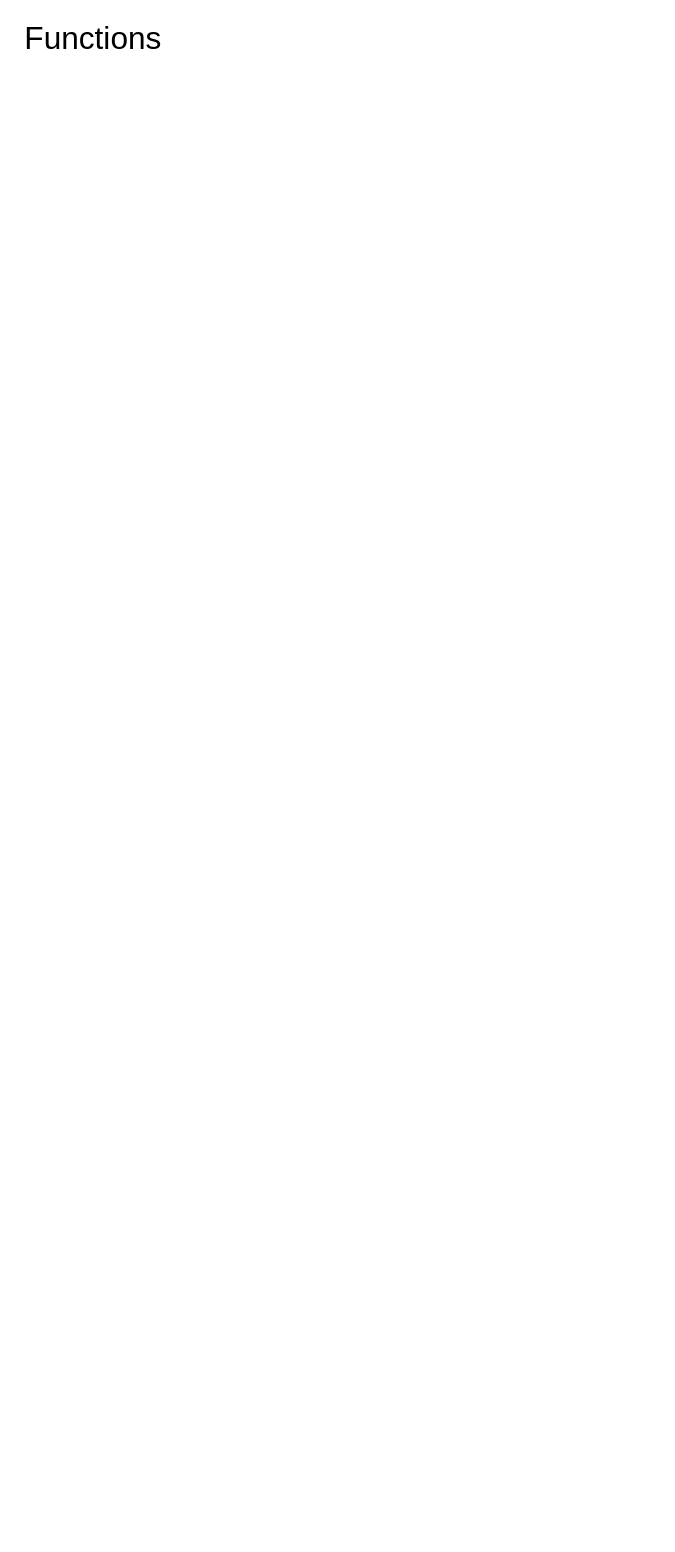
LucasCDA90/AceScape-Back keeps this draw.io diagram as Documentation/AceScape Back-Functions.drawio. Above is the earlier version. Source tidied: cells renumbered, new cells numbered last; positions are measured from the earlier drawing's top-left corner, leaving out a move shared by most shapes. Both pictures are drawn from the tidied source at 79%, with x=0, y=0 at pixel (13, 13).
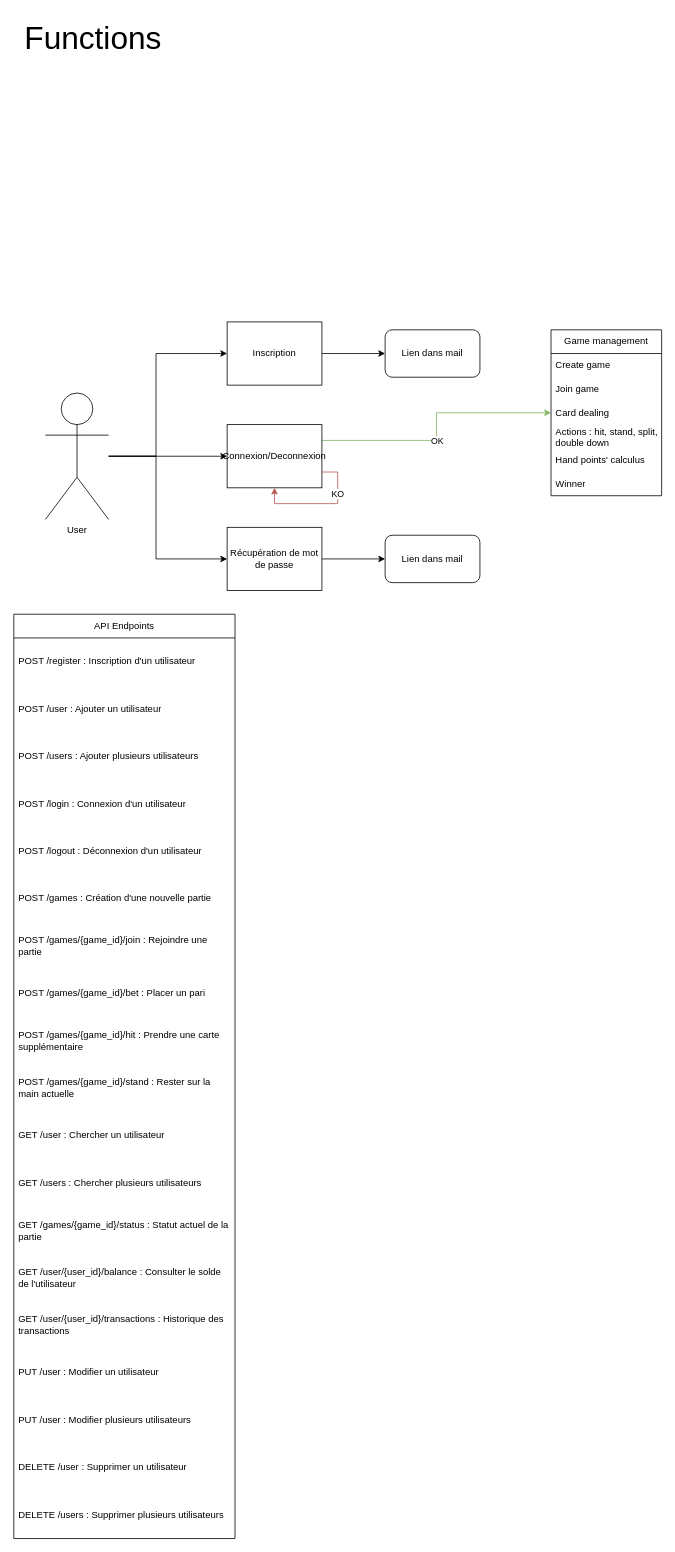
After the change.

Commit message:
Endpoints - list

Diff of the diagram source:
```diff
@@
+    <mxCell id="3" style="edgeStyle=orthogonalEdgeStyle;rounded=0;jettySize=auto;html=1;" parent="1" edge="1" source="6" target="11">
+      <mxGeometry relative="1" as="geometry" />
+    </mxCell>
+    <mxCell id="4" style="edgeStyle=orthogonalEdgeStyle;rounded=0;jettySize=auto;html=1;" parent="1" edge="1" source="6" target="13">
+      <mxGeometry relative="1" as="geometry">
+        <Array as="points">
+          <mxPoint x="180" y="560" />
+          <mxPoint x="180" y="430" />
+        </Array>
+      </mxGeometry>
+    </mxCell>
+    <mxCell id="5" style="edgeStyle=orthogonalEdgeStyle;rounded=0;jettySize=auto;html=1;" parent="1" edge="1" source="6" target="8">
+      <mxGeometry relative="1" as="geometry">
+        <Array as="points">
+          <mxPoint x="180" y="560" />
+          <mxPoint x="180" y="690" />
+        </Array>
+      </mxGeometry>
+    </mxCell>
+    <mxCell id="6" value="User" style="shape=umlActor;verticalLabelPosition=bottom;verticalAlign=top;html=1;outlineConnect=0;" parent="1" vertex="1">
+      <mxGeometry x="40" y="480" width="80" height="160" as="geometry" />
+    </mxCell>
+    <mxCell id="7" style="edgeStyle=orthogonalEdgeStyle;rounded=0;jettySize=auto;html=1;" parent="1" edge="1" source="8" target="15">
+      <mxGeometry relative="1" as="geometry" />
+    </mxCell>
+    <mxCell id="8" value="Récupération de mot de passe" style="rounded=0;whiteSpace=wrap;html=1;imageWidth=24;" parent="1" vertex="1">
+      <mxGeometry x="270" y="650" width="120" height="80" as="geometry" />
+    </mxCell>
+    <mxCell id="9" style="edgeStyle=orthogonalEdgeStyle;rounded=0;jettySize=auto;html=1;exitX=1;exitY=0.25;exitDx=0;exitDy=0;fillColor=#d5e8d4;strokeColor=#82b366;" parent="1" edge="1" source="11" target="18">
+      <mxGeometry relative="1" as="geometry" />
+    </mxCell>
+    <mxCell id="10" value="OK" style="edgeLabel;html=1;align=center;verticalAlign=middle;" parent="9" vertex="1">
+      <mxGeometry x="-0.11" relative="1" as="geometry" />
+    </mxCell>
+    <mxCell id="11" value="Connexion/Deconnexion" style="rounded=0;whiteSpace=wrap;html=1;imageWidth=24;" parent="1" vertex="1">
+      <mxGeometry x="270" y="520" width="120" height="80" as="geometry" />
+    </mxCell>
+    <mxCell id="12" style="edgeStyle=orthogonalEdgeStyle;rounded=0;jettySize=auto;html=1;" parent="1" edge="1" source="13" target="14">
+      <mxGeometry relative="1" as="geometry" />
+    </mxCell>
+    <mxCell id="13" value="Inscription" style="rounded=0;whiteSpace=wrap;html=1;imageWidth=24;" parent="1" vertex="1">
+      <mxGeometry x="270" y="390" width="120" height="80" as="geometry" />
+    </mxCell>
+    <mxCell id="14" value="Lien dans mail" style="rounded=1;whiteSpace=wrap;html=1;" parent="1" vertex="1">
+      <mxGeometry x="470" y="400" width="120" height="60" as="geometry" />
+    </mxCell>
+    <mxCell id="15" value="Lien dans mail" style="rounded=1;whiteSpace=wrap;html=1;" parent="1" vertex="1">
+      <mxGeometry x="470" y="660" width="120" height="60" as="geometry" />
+    </mxCell>
+    <mxCell id="16" style="edgeStyle=orthogonalEdgeStyle;rounded=0;orthogonalLoop=1;jettySize=auto;html=1;exitX=1;exitY=0.75;exitDx=0;exitDy=0;fillColor=#f8cecc;strokeColor=#b85450;" parent="1" edge="1" source="11" target="11">
+      <mxGeometry relative="1" as="geometry" />
+    </mxCell>
+    <mxCell id="17" value="KO" style="edgeLabel;html=1;align=center;verticalAlign=middle;" parent="16" vertex="1">
+      <mxGeometry x="-0.41" y="-1" relative="1" as="geometry" />
+    </mxCell>
+    <mxCell id="18" value="Game management" style="swimlane;fontStyle=0;horizontal=1;startSize=30;whiteSpace=wrap;html=1;" parent="1" vertex="1">
+      <mxGeometry x="680" y="400" width="140" height="210" as="geometry" />
+    </mxCell>
+    <mxCell id="19" value="Create game" style="text;strokeColor=none;fillColor=none;align=left;verticalAlign=middle;spacingLeft=4;spacingRight=4;overflow=hidden;whiteSpace=wrap;html=1;" parent="18" vertex="1">
+      <mxGeometry y="30" width="140" height="30" as="geometry" />
+    </mxCell>
+    <mxCell id="20" value="Join game" style="text;strokeColor=none;fillColor=none;align=left;verticalAlign=middle;spacingLeft=4;spacingRight=4;overflow=hidden;whiteSpace=wrap;html=1;" parent="18" vertex="1">
+      <mxGeometry y="60" width="140" height="30" as="geometry" />
+    </mxCell>
+    <mxCell id="21" value="Card dealing" style="text;strokeColor=none;fillColor=none;align=left;verticalAlign=middle;spacingLeft=4;spacingRight=4;overflow=hidden;whiteSpace=wrap;html=1;" parent="18" vertex="1">
+      <mxGeometry y="90" width="140" height="30" as="geometry" />
+    </mxCell>
+    <mxCell id="22" value="&lt;div&gt;Actions : hit, stand, split, double down&lt;br&gt;&lt;/div&gt;" style="text;strokeColor=none;fillColor=none;align=left;verticalAlign=middle;spacingLeft=4;spacingRight=4;overflow=hidden;whiteSpace=wrap;html=1;" parent="18" vertex="1">
+      <mxGeometry y="120" width="140" height="30" as="geometry" />
+    </mxCell>
+    <mxCell id="23" value="Hand points' calculus" style="text;strokeColor=none;fillColor=none;align=left;verticalAlign=middle;spacingLeft=4;spacingRight=4;overflow=hidden;whiteSpace=wrap;html=1;" parent="18" vertex="1">
+      <mxGeometry y="150" width="140" height="30" as="geometry" />
+    </mxCell>
+    <mxCell id="24" value="Winner " style="text;strokeColor=none;fillColor=none;align=left;verticalAlign=middle;spacingLeft=4;spacingRight=4;overflow=hidden;whiteSpace=wrap;html=1;" parent="18" vertex="1">
+      <mxGeometry y="180" width="140" height="30" as="geometry" />
+    </mxCell>
+    <mxCell id="25" value="API Endpoints" style="swimlane;fontStyle=0;horizontal=1;startSize=30;whiteSpace=wrap;html=1;" parent="1" vertex="1">
+      <mxGeometry y="760" width="280" height="1170" as="geometry" />
+    </mxCell>
+    <mxCell id="26" value="POST /register : Inscription d'un utilisateur " style="text;strokeColor=none;fillColor=none;align=left;verticalAlign=middle;spacingLeft=4;spacingRight=4;overflow=hidden;whiteSpace=wrap;html=1;" parent="25" vertex="1">
+      <mxGeometry y="30" width="280" height="60" as="geometry" />
+    </mxCell>
+    <mxCell id="27" value="POST /user : Ajouter un utilisateur " style="text;strokeColor=none;fillColor=none;align=left;verticalAlign=middle;spacingLeft=4;spacingRight=4;overflow=hidden;whiteSpace=wrap;html=1;" parent="25" vertex="1">
+      <mxGeometry y="90" width="280" height="60" as="geometry" />
+    </mxCell>
+    <mxCell id="28" value="POST /users : Ajouter plusieurs utilisateurs" style="text;strokeColor=none;fillColor=none;align=left;verticalAlign=middle;spacingLeft=4;spacingRight=4;overflow=hidden;whiteSpace=wrap;html=1;" parent="25" vertex="1">
+      <mxGeometry y="150" width="280" height="60" as="geometry" />
+    </mxCell>
+    <mxCell id="29" value="POST /login : Connexion d'un utilisateur" style="text;strokeColor=none;fillColor=none;align=left;verticalAlign=middle;spacingLeft=4;spacingRight=4;overflow=hidden;whiteSpace=wrap;html=1;" parent="25" vertex="1">
+      <mxGeometry y="210" width="280" height="60" as="geometry" />
+    </mxCell>
+    <mxCell id="30" value="POST /logout : Déconnexion d'un utilisateur" style="text;strokeColor=none;fillColor=none;align=left;verticalAlign=middle;spacingLeft=4;spacingRight=4;overflow=hidden;whiteSpace=wrap;html=1;" parent="25" vertex="1">
+      <mxGeometry y="270" width="280" height="60" as="geometry" />
+    </mxCell>
+    <mxCell id="31" value="POST /games  : Création d'une nouvelle partie" style="text;strokeColor=none;fillColor=none;align=left;verticalAlign=middle;spacingLeft=4;spacingRight=4;overflow=hidden;whiteSpace=wrap;html=1;" parent="25" vertex="1">
+      <mxGeometry y="330" width="280" height="60" as="geometry" />
+    </mxCell>
+    <mxCell id="32" value="&lt;div&gt;POST /games/{game_id}/join : Rejoindre une partie&lt;/div&gt;" style="text;strokeColor=none;fillColor=none;align=left;verticalAlign=middle;spacingLeft=4;spacingRight=4;overflow=hidden;whiteSpace=wrap;html=1;" parent="25" vertex="1">
+      <mxGeometry y="390" width="280" height="60" as="geometry" />
+    </mxCell>
+    <mxCell id="33" value="POST /games/{game_id}/bet : Placer un pari" style="text;strokeColor=none;fillColor=none;align=left;verticalAlign=middle;spacingLeft=4;spacingRight=4;overflow=hidden;whiteSpace=wrap;html=1;" parent="25" vertex="1">
+      <mxGeometry y="450" width="280" height="60" as="geometry" />
+    </mxCell>
+    <mxCell id="34" value="POST /games/{game_id}/hit : Prendre une carte supplémentaire" style="text;strokeColor=none;fillColor=none;align=left;verticalAlign=middle;spacingLeft=4;spacingRight=4;overflow=hidden;whiteSpace=wrap;html=1;" parent="25" vertex="1">
+      <mxGeometry y="510" width="280" height="60" as="geometry" />
+    </mxCell>
+    <mxCell id="35" value="POST /games/{game_id}/stand : Rester sur la main actuelle" style="text;strokeColor=none;fillColor=none;align=left;verticalAlign=middle;spacingLeft=4;spacingRight=4;overflow=hidden;whiteSpace=wrap;html=1;" parent="25" vertex="1">
+      <mxGeometry y="570" width="280" height="60" as="geometry" />
+    </mxCell>
+    <mxCell id="36" value="GET /user : Chercher un utilisateur" style="text;strokeColor=none;fillColor=none;align=left;verticalAlign=middle;spacingLeft=4;spacingRight=4;overflow=hidden;whiteSpace=wrap;html=1;" parent="25" vertex="1">
+      <mxGeometry y="630" width="280" height="60" as="geometry" />
+    </mxCell>
+    <mxCell id="37" value="GET /users : Chercher plusieurs utilisateurs" style="text;strokeColor=none;fillColor=none;align=left;verticalAlign=middle;spacingLeft=4;spacingRight=4;overflow=hidden;whiteSpace=wrap;html=1;" parent="25" vertex="1">
+      <mxGeometry y="690" width="280" height="60" as="geometry" />
+    </mxCell>
+    <mxCell id="38" value="GET /games/{game_id}/status : Statut actuel de la partie" style="text;strokeColor=none;fillColor=none;align=left;verticalAlign=middle;spacingLeft=4;spacingRight=4;overflow=hidden;whiteSpace=wrap;html=1;" parent="25" vertex="1">
+      <mxGeometry y="750" width="280" height="60" as="geometry" />
+    </mxCell>
+    <mxCell id="39" value="GET /user/{user_id}/balance : Consulter le solde de l'utilisateur" style="text;strokeColor=none;fillColor=none;align=left;verticalAlign=middle;spacingLeft=4;spacingRight=4;overflow=hidden;whiteSpace=wrap;html=1;" parent="25" vertex="1">
+      <mxGeometry y="810" width="280" height="60" as="geometry" />
+    </mxCell>
+    <mxCell id="40" value="GET /user/{user_id}/transactions : Historique des transactions" style="text;strokeColor=none;fillColor=none;align=left;verticalAlign=middle;spacingLeft=4;spacingRight=4;overflow=hidden;whiteSpace=wrap;html=1;" parent="25" vertex="1">
+      <mxGeometry y="870" width="280" height="60" as="geometry" />
+    </mxCell>
+    <mxCell id="41" value="PUT /user : Modifier un utilisateur" style="text;strokeColor=none;fillColor=none;align=left;verticalAlign=middle;spacingLeft=4;spacingRight=4;overflow=hidden;whiteSpace=wrap;html=1;" parent="25" vertex="1">
+      <mxGeometry y="930" width="280" height="60" as="geometry" />
+    </mxCell>
+    <mxCell id="42" value="PUT /user : Modifier plusieurs utilisateurs" style="text;strokeColor=none;fillColor=none;align=left;verticalAlign=middle;spacingLeft=4;spacingRight=4;overflow=hidden;whiteSpace=wrap;html=1;" parent="25" vertex="1">
+      <mxGeometry y="990" width="280" height="60" as="geometry" />
+    </mxCell>
+    <mxCell id="43" value="DELETE /user : Supprimer un utilisateur" style="text;strokeColor=none;fillColor=none;align=left;verticalAlign=middle;spacingLeft=4;spacingRight=4;overflow=hidden;whiteSpace=wrap;html=1;" parent="25" vertex="1">
+      <mxGeometry y="1050" width="280" height="60" as="geometry" />
+    </mxCell>
+    <mxCell id="44" value="DELETE /users : Supprimer plusieurs utilisateurs" style="text;strokeColor=none;fillColor=none;align=left;verticalAlign=middle;spacingLeft=4;spacingRight=4;overflow=hidden;whiteSpace=wrap;html=1;" parent="25" vertex="1">
+      <mxGeometry y="1110" width="280" height="60" as="geometry" />
+    </mxCell>
```
